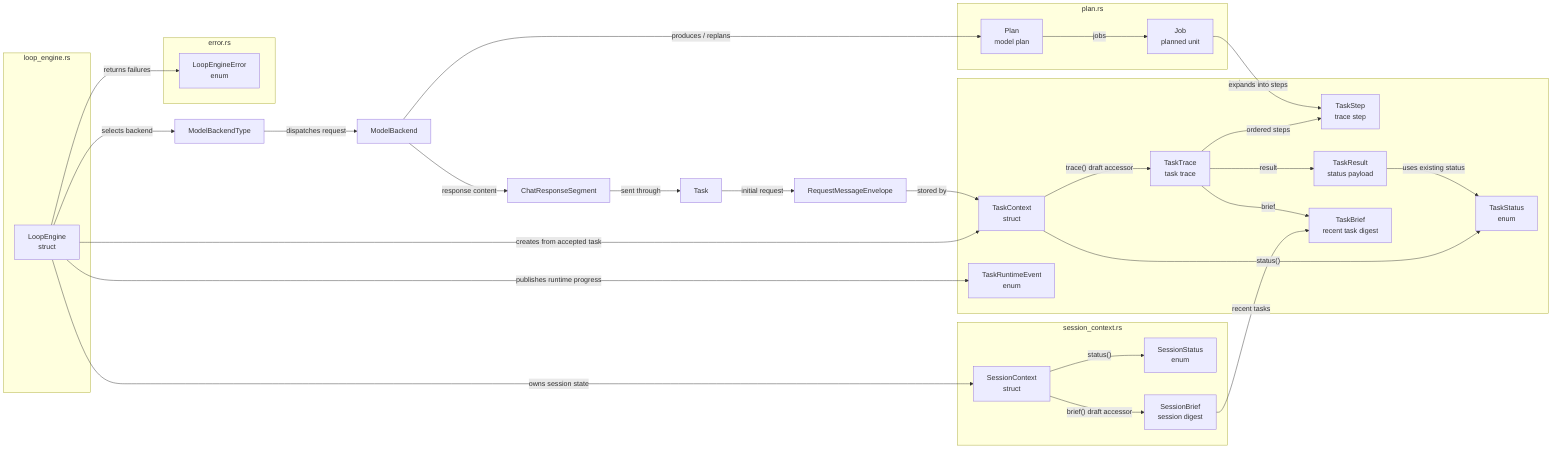
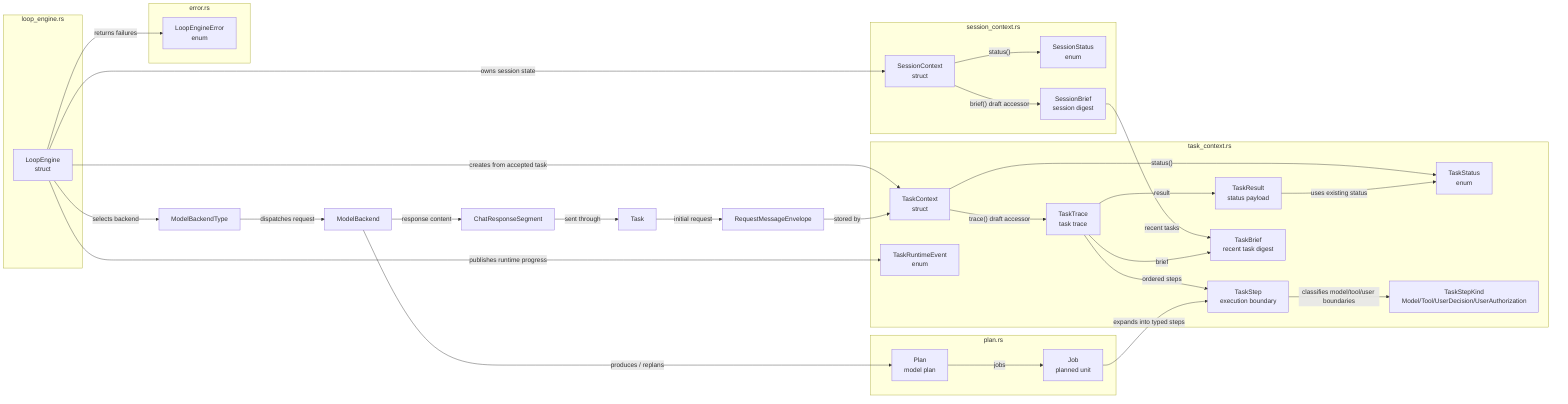
flowchart LR
  subgraph loop_engine_rs["loop_engine.rs"]
    LoopEngine["LoopEngine\nstruct"]
  end

  subgraph session_context_rs["session_context.rs"]
    SessionContext["SessionContext\nstruct"]
    SessionStatus["SessionStatus\nenum"]
    SessionBrief["SessionBrief\nsession digest"]
  end

  subgraph task_context_rs["task_context.rs"]
    TaskContext["TaskContext\nstruct"]
    TaskStatus["TaskStatus\nenum"]
    TaskRuntimeEvent["TaskRuntimeEvent\nenum"]
    TaskTrace["TaskTrace\ntask trace"]
-     TaskStep["TaskStep\ntrace step"]
+     TaskStep["TaskStep\nexecution boundary"]
+     TaskStepKind["TaskStepKind\nModel/Tool/UserDecision/UserAuthorization"]
    TaskResult["TaskResult\nstatus payload"]
    TaskBrief["TaskBrief\nrecent task digest"]
  end

  subgraph plan_rs["plan.rs"]
    Plan["Plan\nmodel plan"]
    Job["Job\nplanned unit"]
  end

  subgraph error_rs["error.rs"]
    LoopEngineError["LoopEngineError\nenum"]
  end

  Task["Task"]
  RequestMessageEnvelope["RequestMessageEnvelope"]
  ModelBackendType["ModelBackendType"]
  ModelBackend["ModelBackend"]
  ChatResponseSegment["ChatResponseSegment"]

  LoopEngine -->|"owns session state"| SessionContext
  SessionContext -->|"status()"| SessionStatus
  SessionContext -->|"brief() draft accessor"| SessionBrief
  SessionBrief -->|"recent tasks"| TaskBrief
  LoopEngine -->|"creates from accepted task"| TaskContext
  Task -->|"initial request"| RequestMessageEnvelope
  RequestMessageEnvelope -->|"stored by"| TaskContext
  TaskContext -->|"status()"| TaskStatus
  TaskContext -->|"trace() draft accessor"| TaskTrace
  TaskTrace -->|"ordered steps"| TaskStep
+   TaskStep -->|"classifies model/tool/user boundaries"| TaskStepKind
  TaskTrace -->|"result"| TaskResult
  TaskTrace -->|"brief"| TaskBrief
  TaskResult -->|"uses existing status"| TaskStatus
  LoopEngine -->|"publishes runtime progress"| TaskRuntimeEvent
  LoopEngine -->|"selects backend"| ModelBackendType
  ModelBackendType -->|"dispatches request"| ModelBackend
  ModelBackend -->|"response content"| ChatResponseSegment
  ModelBackend -->|"produces / replans"| Plan
  Plan -->|"jobs"| Job
-   Job -->|"expands into steps"| TaskStep
+   Job -->|"expands into typed steps"| TaskStep
  ChatResponseSegment -->|"sent through"| Task
  LoopEngine -->|"returns failures"| LoopEngineError
